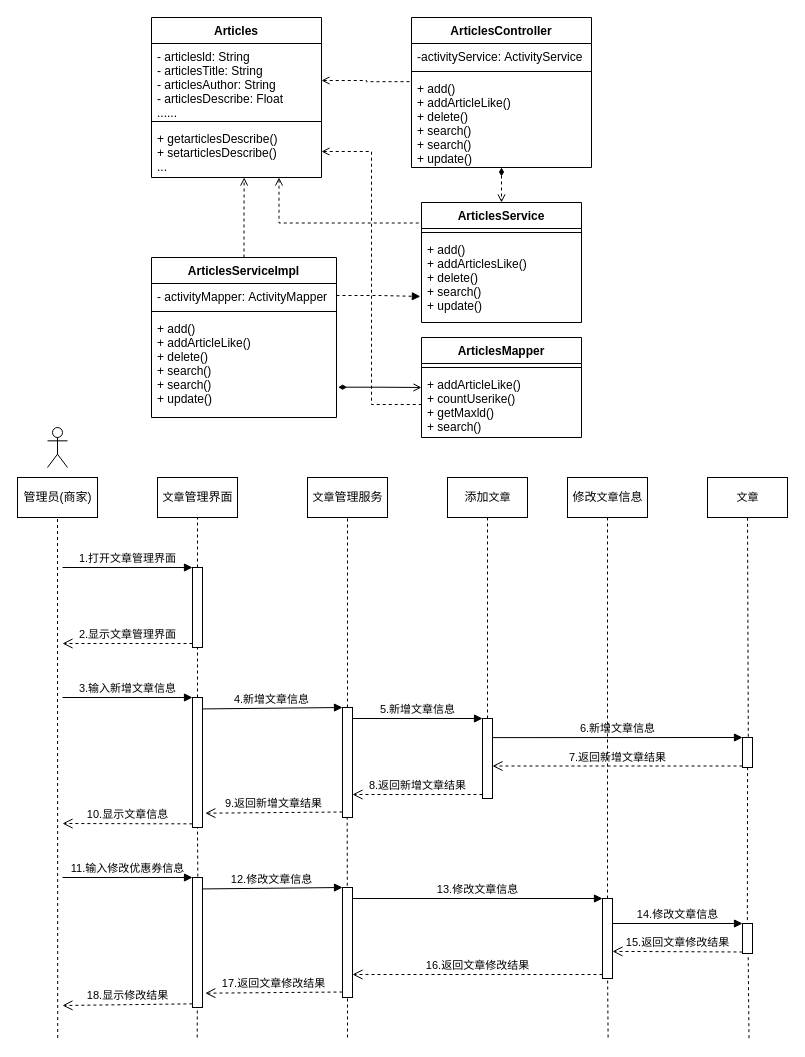
Above: page "文章管理" (23 of 24) of Untitled Diagram.drawio in hongkingking/hkk (draw.io), before the change. Source tidied: cells renumbered, new cells numbered last; positions are measured from the earlier drawing's top-left corner, leaving out a move shared by most shapes. Both pictures are drawn from the tidied source at 100%, with x=0, y=0 at pixel (17, 17).
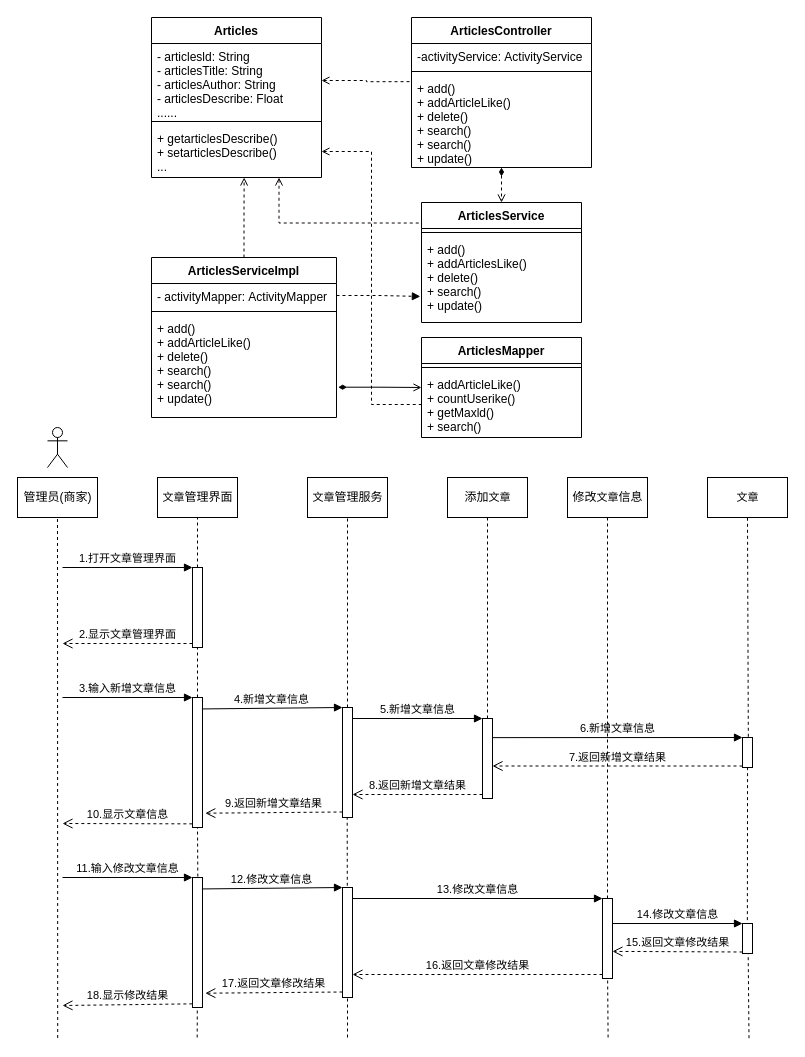
After the change.

The change refers to these unchanged cells:
```xml
<mxCell id="50" style="html=1;points=[];perimeter=orthogonalPerimeter;strokeWidth=1;" parent="1" vertex="1">
  <mxGeometry x="175" y="860" width="10" height="130" as="geometry" />
</mxCell>
```

Diff of the diagram source:
```diff
@@
-    <mxCell id="51" value="11.输入修改优惠券信息" style="html=1;verticalAlign=bottom;endArrow=block;entryX=0;entryY=0;rounded=0;" parent="1" edge="1" target="50">
+    <mxCell id="51" value="11.输入修改文章信息" style="html=1;verticalAlign=bottom;endArrow=block;entryX=0;entryY=0;rounded=0;" parent="1" edge="1" target="50">
       <mxGeometry relative="1" as="geometry">
         <mxPoint x="45" y="860" as="sourcePoint" />
       </mxGeometry>
     </mxCell>
```
